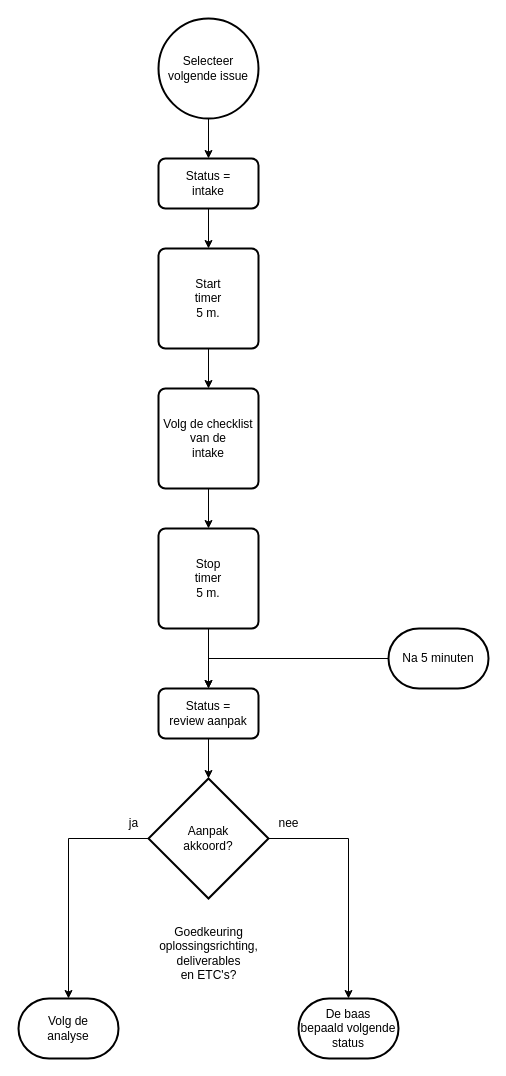
Earlier version of the draw.io diagram 1 Issue Tracker intake.drawio (Zaibatsu89/IssueTracker). Source tidied: cells renumbered, new cells numbered last; positions are measured from the earlier drawing's top-left corner, leaving out a move shared by most shapes. Both pictures are drawn from the tidied source at 100%, with x=0, y=0 at pixel (18, 18).
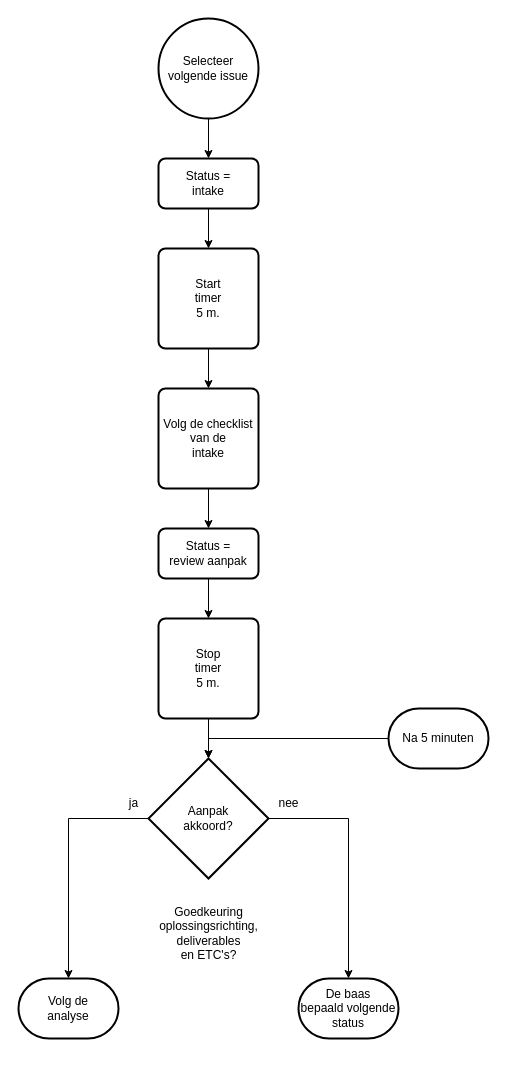
After the change.

Commit message (it also covers changes not shown here):
alles in flowchart controleren of er een timer loopt

The change refers to these unchanged cells:
```xml
<mxCell id="5" value="Volg de checklist&lt;br&gt;van de&lt;br&gt;intake" style="rounded=1;whiteSpace=wrap;html=1;absoluteArcSize=1;arcSize=14;strokeWidth=2;" parent="1" vertex="1">
  <mxGeometry x="140" y="370" width="100" height="100" as="geometry" />
</mxCell>
```

Diff of the diagram source:
```diff
@@
-    <mxCell id="4" style="edgeStyle=orthogonalEdgeStyle;rounded=0;jettySize=auto;html=1;" parent="1" edge="1" source="5" target="10">
-      <mxGeometry relative="1" as="geometry" />
-    </mxCell>
+    <mxCell id="24" style="edgeStyle=orthogonalEdgeStyle;rounded=0;jettySize=auto;html=1;" parent="1" edge="1" source="5" target="19">
+      <mxGeometry relative="1" as="geometry" />
+    </mxCell>
@@
     <mxCell id="6" value="nee" style="text;html=1;align=center;verticalAlign=middle;strokeColor=none;fillColor=none;" parent="1" vertex="1">
-      <mxGeometry x="250" y="790" width="40" height="30" as="geometry" />
+      <mxGeometry x="250" y="770" width="40" height="30" as="geometry" />
     </mxCell>
@@
-    <mxCell id="9" style="edgeStyle=orthogonalEdgeStyle;rounded=0;jettySize=auto;html=1;" parent="1" edge="1" source="10" target="19">
-      <mxGeometry relative="1" as="geometry" />
-    </mxCell>
+    <mxCell id="25" style="edgeStyle=orthogonalEdgeStyle;rounded=0;jettySize=auto;html=1;" parent="1" edge="1" source="10" target="11">
+      <mxGeometry relative="1" as="geometry" />
+    </mxCell>
     <mxCell id="10" value="Stop&lt;br&gt;timer&lt;br&gt;5 m." style="rounded=1;whiteSpace=wrap;html=1;absoluteArcSize=1;arcSize=14;strokeWidth=2;" parent="1" vertex="1">
-      <mxGeometry x="140" y="510" width="100" height="100" as="geometry" />
+      <mxGeometry x="140" y="600" width="100" height="100" as="geometry" />
     </mxCell>
     <mxCell id="11" value="Aanpak&lt;br&gt;akkoord?" style="strokeWidth=2;html=1;shape=mxgraph.flowchart.decision;whiteSpace=wrap;" parent="1" vertex="1">
-      <mxGeometry x="130" y="760" width="120" height="120" as="geometry" />
+      <mxGeometry x="130" y="740" width="120" height="120" as="geometry" />
     </mxCell>
     <mxCell id="12" value="ja" style="text;html=1;align=center;verticalAlign=middle;strokeColor=none;fillColor=none;" parent="1" vertex="1">
-      <mxGeometry x="100" y="790" width="30" height="30" as="geometry" />
+      <mxGeometry x="100" y="770" width="30" height="30" as="geometry" />
     </mxCell>
     <mxCell id="13" value="Goedkeuring&lt;br&gt;oplossingsrichting,&lt;br&gt;deliverables&lt;br&gt;en ETC's?" style="text;html=1;align=center;verticalAlign=middle;strokeColor=none;fillColor=none;" parent="1" vertex="1">
-      <mxGeometry x="130" y="900" width="120" height="70" as="geometry" />
+      <mxGeometry x="130" y="880" width="120" height="70" as="geometry" />
     </mxCell>
     <mxCell id="14" value="Volg de&lt;br&gt;analyse" style="strokeWidth=2;html=1;shape=mxgraph.flowchart.terminator;whiteSpace=wrap;" parent="1" vertex="1">
-      <mxGeometry y="980" width="100" height="60" as="geometry" />
+      <mxGeometry y="960" width="100" height="60" as="geometry" />
     </mxCell>
     <mxCell id="15" value="De baas&lt;br&gt;bepaald volgende&lt;br&gt;status" style="strokeWidth=2;html=1;shape=mxgraph.flowchart.terminator;whiteSpace=wrap;" parent="1" vertex="1">
-      <mxGeometry x="280" y="980" width="100" height="60" as="geometry" />
+      <mxGeometry x="280" y="960" width="100" height="60" as="geometry" />
     </mxCell>
     <mxCell id="16" style="edgeStyle=orthogonalEdgeStyle;rounded=0;jettySize=auto;html=1;entryX=0.5;entryY=0;entryDx=0;entryDy=0;entryPerimeter=0;exitX=1;exitY=0.5;exitDx=0;exitDy=0;exitPerimeter=0;" parent="1" edge="1" source="11" target="15">
       <mxGeometry relative="1" as="geometry">
         <Array as="points">
-          <mxPoint x="330" y="820" />
+          <mxPoint x="330" y="800" />
         </Array>
       </mxGeometry>
     </mxCell>
@@
-    <mxCell id="18" style="edgeStyle=orthogonalEdgeStyle;rounded=0;jettySize=auto;html=1;" parent="1" edge="1" source="19" target="11">
-      <mxGeometry relative="1" as="geometry" />
-    </mxCell>
+    <mxCell id="26" style="edgeStyle=orthogonalEdgeStyle;rounded=0;jettySize=auto;html=1;" parent="1" edge="1" source="19" target="10">
+      <mxGeometry relative="1" as="geometry" />
+    </mxCell>
     <mxCell id="19" value="Status =&lt;br&gt;review aanpak" style="rounded=1;whiteSpace=wrap;html=1;absoluteArcSize=1;arcSize=14;strokeWidth=2;" parent="1" vertex="1">
-      <mxGeometry x="140" y="670" width="100" height="50" as="geometry" />
+      <mxGeometry x="140" y="510" width="100" height="50" as="geometry" />
     </mxCell>
@@
-    <mxCell id="22" style="edgeStyle=orthogonalEdgeStyle;rounded=0;jettySize=auto;html=1;exitX=0;exitY=0.5;exitDx=0;exitDy=0;exitPerimeter=0;entryX=0.5;entryY=0;entryDx=0;entryDy=0;" parent="1" edge="1" source="23" target="19">
-      <mxGeometry relative="1" as="geometry" />
-    </mxCell>
     <mxCell id="23" value="Na 5 minuten" style="strokeWidth=2;html=1;shape=mxgraph.flowchart.terminator;whiteSpace=wrap;" parent="1" vertex="1">
-      <mxGeometry x="370" y="610" width="100" height="60" as="geometry" />
+      <mxGeometry x="370" y="690" width="100" height="60" as="geometry" />
     </mxCell>
+    <mxCell id="27" style="edgeStyle=orthogonalEdgeStyle;rounded=0;jettySize=auto;html=1;exitX=0;exitY=0.5;exitDx=0;exitDy=0;exitPerimeter=0;entryX=0.5;entryY=0;entryDx=0;entryDy=0;entryPerimeter=0;" parent="1" edge="1" source="23" target="11">
+      <mxGeometry relative="1" as="geometry" />
+    </mxCell>
```
